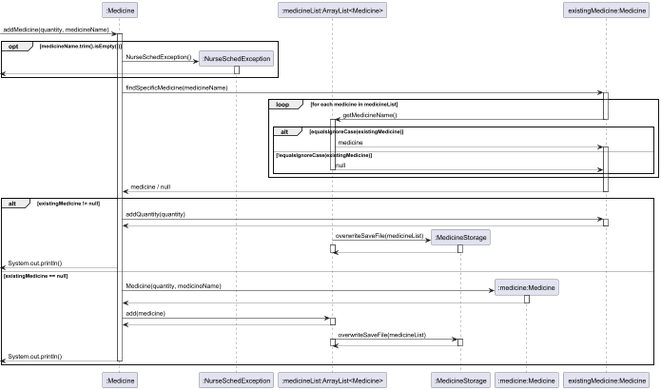
Before: docs/assets/medicineImages/AddMedicineSequenceDiagram.png, a diagram exported from PlantUML (AY2425S2-CS2113-T11b-3/tp).
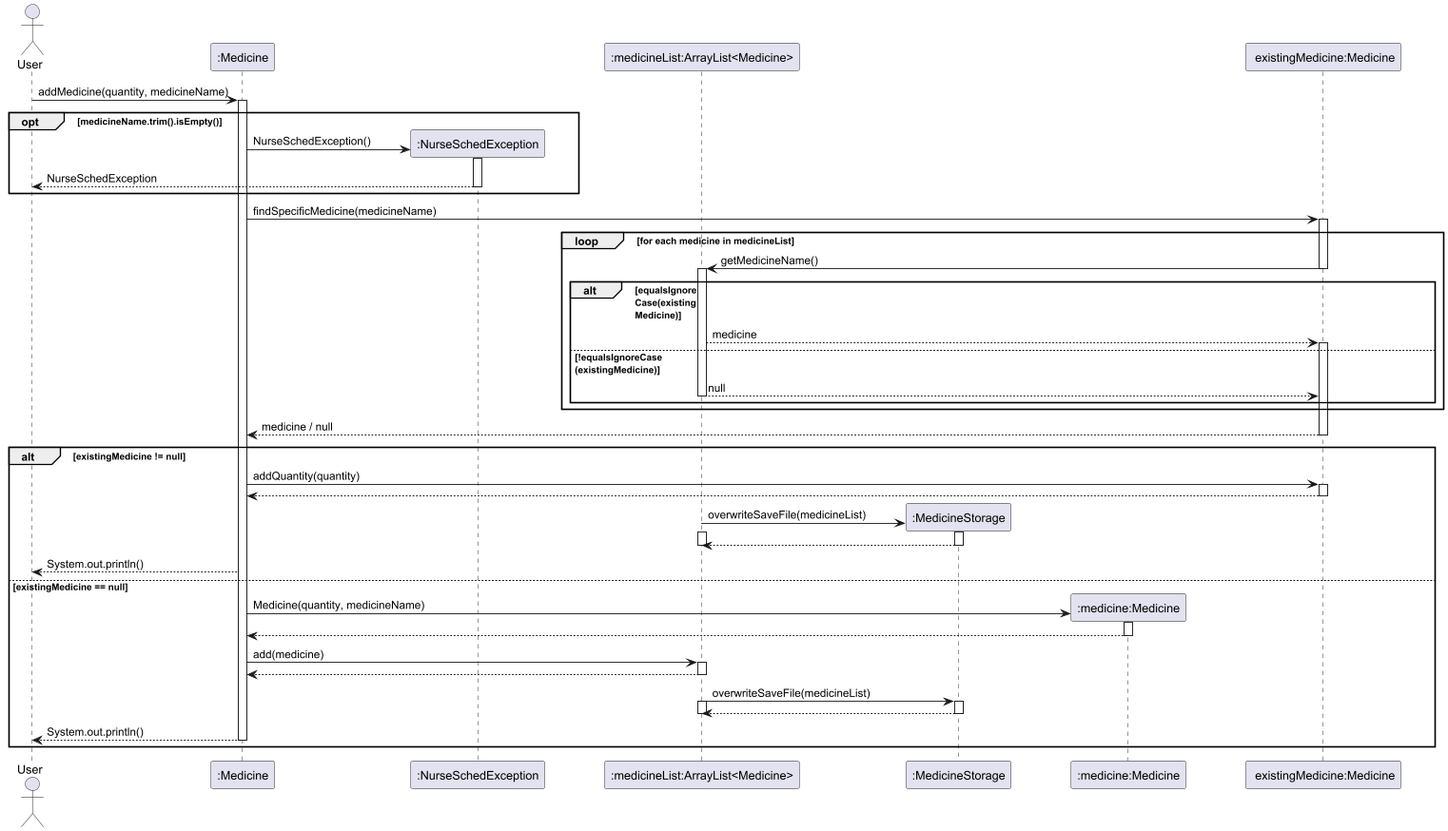
After the commit.

Commit message:
Update medicine sequence diagrams

Change to the diagram source:
```diff
@@ -1,5 +1,7 @@
 @startuml
+skinparam ParticipantPadding 30
 
+Actor User
 participant ":Medicine" as Medicine
 participant ":NurseSchedException" as NurseSchedException
 participant ":medicineList:ArrayList<Medicine>" as medicineList
@@ -8,14 +10,14 @@
 participant " existingMedicine:Medicine" as existingMedicine
 
 
-[-> Medicine: addMedicine(quantity, medicineName)
+User -> Medicine: addMedicine(quantity, medicineName)
 activate Medicine
-opt medicineName.trim().isEmpty())
+opt medicineName.trim().isEmpty()
 create NurseSchedException
 Medicine -> NurseSchedException : NurseSchedException()
 activate NurseSchedException
 
-NurseSchedException -->[
+NurseSchedException --> User : NurseSchedException
     deactivate NurseSchedException
 end
 
@@ -25,11 +27,12 @@
 existingMedicine -> medicineList : getMedicineName()
 deactivate existingMedicine
 activate medicineList
-alt equalsIgnoreCase(existingMedicine)
+alt equalsIgnore\nCase(existing\nMedicine)
+
 medicineList --> existingMedicine: medicine
 activate existingMedicine
 
-else !equalsIgnoreCase(existingMedicine)
+else !equalsIgnoreCase\n(existingMedicine)
 medicineList --> existingMedicine: null
 deactivate medicineList
 end
@@ -53,7 +56,7 @@
 medicineStorage --> medicineList
 deactivate medicineStorage
 deactivate medicineList
-Medicine -->[ : System.out.println()
+Medicine -->User : System.out.println()
 
 else existingMedicine == null
 create medicine
@@ -74,10 +77,8 @@
 deactivate medicineStorage
 deactivate medicineList
 
-Medicine -->[ : System.out.println()
+Medicine -->User : System.out.println()
 deactivate Medicine
 end
 
-
-
 @enduml
```
